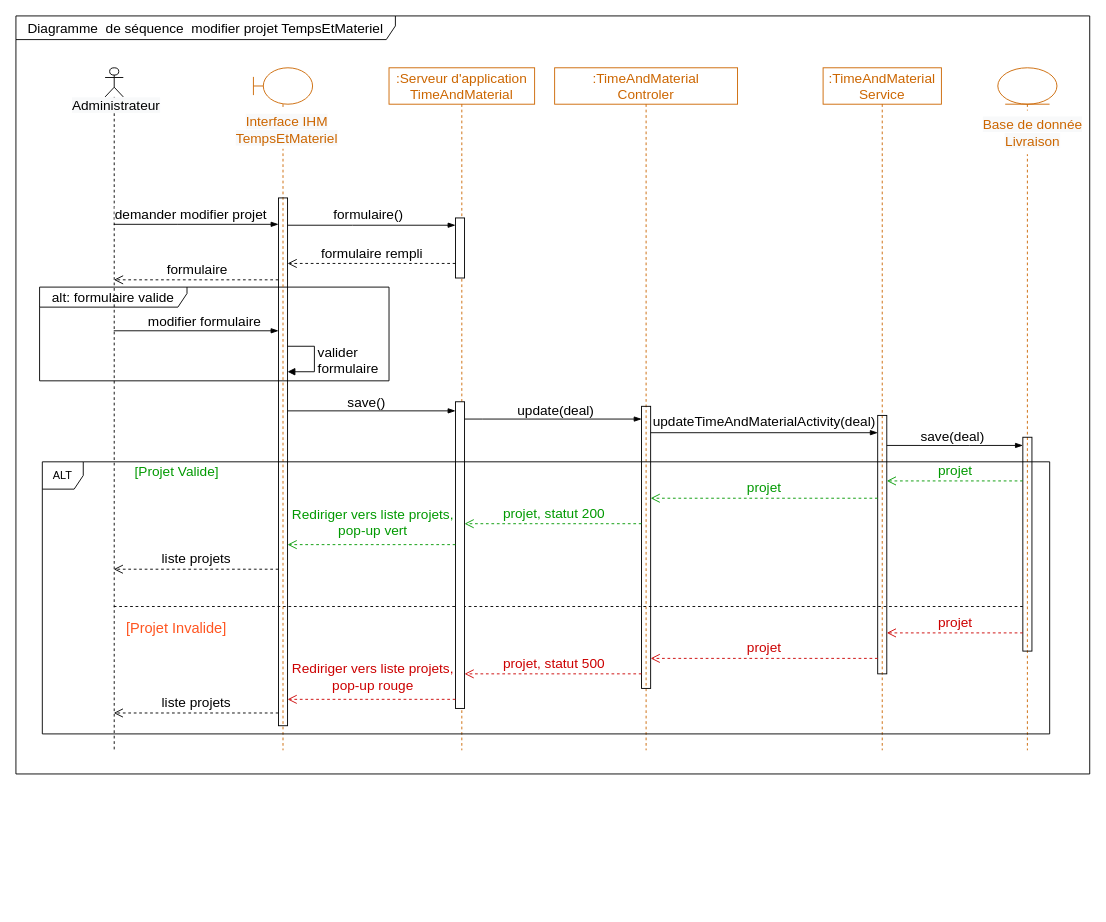
Before: Delivery/UpdateTimeAndMaterialProjectDiagrammeSequence.drawio in ZidiMedAmine/UML, a draw.io diagram. Source tidied: cells renumbered, new cells numbered last; positions are measured from the earlier drawing's top-left corner, leaving out a move shared by most shapes. Both pictures are drawn from the tidied source at 91%, with x=0, y=0 at pixel (15, 15).
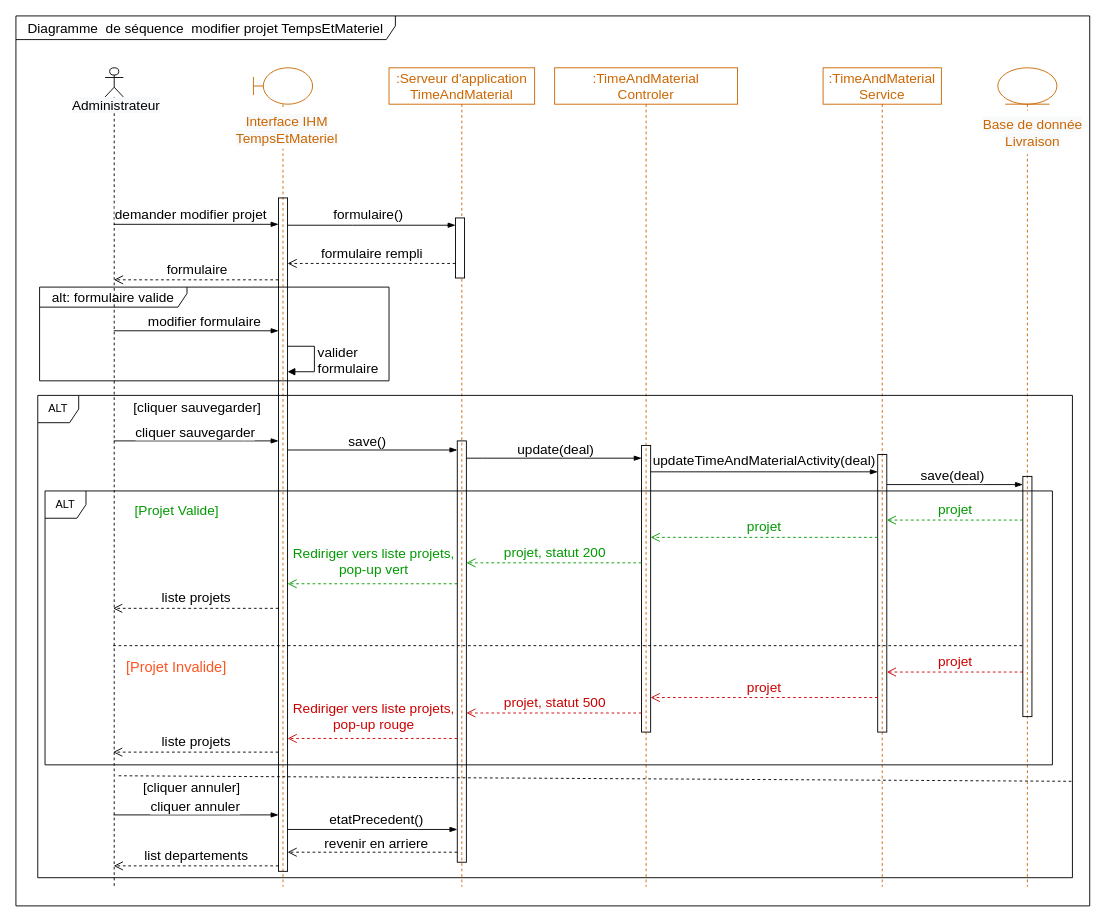
The same diagram, later.

Commit message:
Mettre à jour UpdateTimeAndMaterialProjectDiagrammeSequence.drawio

Diff of the diagram source:
```diff
@@
     <mxCell id="2" value="Diagramme&amp;nbsp; de séquence&amp;nbsp; modifier projet TempsEtMateriel" style="shape=umlFrame;whiteSpace=wrap;html=1;rounded=0;shadow=0;glass=0;sketch=0;fontSize=15;fillColor=none;width=417;height=26;" parent="1" vertex="1">
-      <mxGeometry width="1180" height="833" as="geometry" />
+      <mxGeometry width="1180" height="978" as="geometry" />
     </mxCell>
@@
     <mxCell id="4" value=":TimeAndMaterial&lt;br&gt;Controler" style="shape=umlLifeline;perimeter=lifelinePerimeter;whiteSpace=wrap;html=1;rounded=0;shadow=0;glass=0;sketch=0;fillColor=none;fontSize=15;fontColor=#CC6600;strokeColor=#CC6600;" parent="1" vertex="1">
-      <mxGeometry x="592" y="57" width="201" height="750" as="geometry" />
+      <mxGeometry x="592" y="57" width="201" height="900" as="geometry" />
     </mxCell>
     <mxCell id="5" style="html=1;points=[];perimeter=orthogonalPerimeter;rounded=0;shadow=0;glass=0;sketch=0;fontSize=15;fillColor=none;" parent="4" vertex="1">
-      <mxGeometry x="95.5" y="372" width="10" height="310" as="geometry" />
+      <mxGeometry x="95.5" y="415" width="10" height="315" as="geometry" />
     </mxCell>
-    <mxCell id="6" style="edgeStyle=none;rounded=0;jettySize=auto;html=1;fontSize=15;fontColor=#000000;strokeColor=#000000;endArrow=none;endFill=0;dashed=1;" parent="1" edge="1" source="7" target="12">
+    <mxCell id="6" style="edgeStyle=none;rounded=0;jettySize=auto;html=1;fontSize=15;fontColor=#000000;strokeColor=#000000;endArrow=none;endFill=0;dashed=1;" parent="1" edge="1" target="12">
       <mxGeometry relative="1" as="geometry">
+        <mxPoint x="106.8" y="692" as="sourcePoint" />
         <Array as="points">
-          <mxPoint x="226" y="649" />
+          <mxPoint x="226" y="692" />
         </Array>
       </mxGeometry>
     </mxCell>
     <mxCell id="7" style="shape=umlLifeline;participant=umlActor;perimeter=lifelinePerimeter;whiteSpace=wrap;html=1;verticalAlign=top;spacingTop=36;outlineConnect=0;fillColor=none;size=32;sketch=0;shadow=0;rounded=0;glass=0;" parent="1" vertex="1">
-      <mxGeometry x="98" y="57" width="20" height="750" as="geometry" />
+      <mxGeometry x="98" y="57" width="20" height="900" as="geometry" />
     </mxCell>
@@
     <mxCell id="9" value=":TimeAndMaterial&lt;br&gt;Service" style="shape=umlLifeline;perimeter=lifelinePerimeter;whiteSpace=wrap;html=1;rounded=0;shadow=0;glass=0;sketch=0;fillColor=none;fontSize=15;fontColor=#CC6600;strokeColor=#CC6600;" parent="1" vertex="1">
-      <mxGeometry x="887" y="57" width="130" height="750" as="geometry" />
+      <mxGeometry x="887" y="57" width="130" height="900" as="geometry" />
     </mxCell>
     <mxCell id="10" style="html=1;points=[];perimeter=orthogonalPerimeter;rounded=0;shadow=0;glass=0;sketch=0;fontSize=15;fillColor=none;" parent="9" vertex="1">
-      <mxGeometry x="60" y="382" width="10" height="284" as="geometry" />
+      <mxGeometry x="60" y="425" width="10" height="305" as="geometry" />
     </mxCell>
     <mxCell id="11" style="shape=umlLifeline;participant=umlEntity;perimeter=lifelinePerimeter;whiteSpace=wrap;html=1;verticalAlign=top;spacingTop=36;rounded=0;shadow=0;glass=0;sketch=0;fontSize=15;fillColor=none;fontColor=#CC6600;strokeColor=#CC6600;" parent="1" vertex="1">
-      <mxGeometry x="1079" y="57" width="65" height="750" as="geometry" />
+      <mxGeometry x="1079" y="57" width="65" height="900" as="geometry" />
     </mxCell>
     <mxCell id="12" style="html=1;points=[];perimeter=orthogonalPerimeter;rounded=0;shadow=0;glass=0;sketch=0;fontSize=15;fillColor=none;" parent="11" vertex="1">
-      <mxGeometry x="27.5" y="406" width="10" height="235" as="geometry" />
+      <mxGeometry x="27.5" y="449" width="10" height="264" as="geometry" />
     </mxCell>
@@
     <mxCell id="14" style="shape=umlLifeline;participant=umlBoundary;perimeter=lifelinePerimeter;whiteSpace=wrap;html=1;verticalAlign=top;spacingTop=36;rounded=0;shadow=0;glass=0;sketch=0;fontSize=15;fillColor=none;fontColor=#CC6600;strokeColor=#CC6600;" parent="1" vertex="1">
-      <mxGeometry x="261" y="57" width="65" height="750" as="geometry" />
+      <mxGeometry x="261" y="57" width="65" height="900" as="geometry" />
     </mxCell>
@@
     <mxCell id="16" style="html=1;points=[];perimeter=orthogonalPerimeter;rounded=0;shadow=0;glass=0;sketch=0;fontSize=15;fillColor=none;" parent="14" vertex="1">
-      <mxGeometry x="27.5" y="143" width="10" height="580" as="geometry" />
+      <mxGeometry x="27.5" y="143" width="10" height="740" as="geometry" />
     </mxCell>
@@
     <mxCell id="20" style="edgeStyle=elbowEdgeStyle;fontSize=12;html=1;endArrow=blockThin;endFill=1;rounded=0;" parent="1" edge="1" source="5" target="10">
       <mxGeometry relative="1" as="geometry">
         <Array as="points">
-          <mxPoint x="766" y="458" />
-          <mxPoint x="741" y="249" />
-          <mxPoint x="590" y="234" />
-          <mxPoint x="515" y="263" />
+          <mxPoint x="766" y="501" />
+          <mxPoint x="741" y="292" />
+          <mxPoint x="590" y="277" />
+          <mxPoint x="515" y="306" />
         </Array>
       </mxGeometry>
     </mxCell>
@@
     <mxCell id="22" style="edgeStyle=elbowEdgeStyle;fontSize=12;html=1;endArrow=blockThin;endFill=1;rounded=0;" parent="1" edge="1" source="10" target="12">
       <mxGeometry relative="1" as="geometry">
         <Array as="points">
-          <mxPoint x="1048" y="472" />
-          <mxPoint x="957" y="483" />
-          <mxPoint x="754" y="259" />
+          <mxPoint x="1048" y="515" />
+          <mxPoint x="957" y="526" />
+          <mxPoint x="754" y="302" />
         </Array>
       </mxGeometry>
     </mxCell>
@@
     <mxCell id="24" value="&lt;font color=&quot;#009900&quot;&gt;projet&lt;/font&gt;" style="html=1;verticalAlign=bottom;endArrow=open;dashed=1;endSize=8;rounded=0;fontSize=15;strokeColor=#009900;" parent="1" edge="1" source="12" target="10">
       <mxGeometry relative="1" as="geometry">
         <Array as="points">
-          <mxPoint x="1013" y="511" />
+          <mxPoint x="1013" y="554" />
         </Array>
       </mxGeometry>
     </mxCell>
     <mxCell id="25" value="&lt;font color=&quot;#009900&quot;&gt;projet&lt;/font&gt;" style="html=1;verticalAlign=bottom;endArrow=open;dashed=1;endSize=8;rounded=0;fontSize=15;strokeColor=#009900;" parent="1" edge="1" source="10" target="5">
       <mxGeometry relative="1" as="geometry">
         <Array as="points">
-          <mxPoint x="883" y="530" />
+          <mxPoint x="883" y="573" />
         </Array>
       </mxGeometry>
     </mxCell>
     <mxCell id="26" value=":Serveur d'application&lt;br&gt;TimeAndMaterial" style="shape=umlLifeline;perimeter=lifelinePerimeter;whiteSpace=wrap;html=1;rounded=0;shadow=0;glass=0;sketch=0;fillColor=none;fontSize=15;fontColor=#CC6600;strokeColor=#CC6600;" parent="1" vertex="1">
-      <mxGeometry x="410" y="57" width="160" height="750" as="geometry" />
+      <mxGeometry x="410" y="57" width="160" height="900" as="geometry" />
     </mxCell>
@@
-    <mxCell id="28" style="html=1;points=[];perimeter=orthogonalPerimeter;" parent="26" vertex="1">
-      <mxGeometry x="73" y="367" width="10" height="337" as="geometry" />
-    </mxCell>
@@
-    <mxCell id="35" style="fontSize=12;html=1;endArrow=blockThin;endFill=1;rounded=0;" parent="1" edge="1" source="16" target="28">
+    <mxCell id="35" style="fontSize=12;html=1;endArrow=blockThin;endFill=1;rounded=0;" parent="1" edge="1" target="28">
       <mxGeometry relative="1" as="geometry">
+        <mxPoint x="298.5" y="477" as="sourcePoint" />
         <Array as="points">
-          <mxPoint x="377" y="434" />
+          <mxPoint x="377" y="477" />
         </Array>
       </mxGeometry>
     </mxCell>
@@
     <mxCell id="37" style="fontSize=12;html=1;endArrow=blockThin;endFill=1;rounded=0;" parent="1" edge="1" source="28" target="5">
       <mxGeometry relative="1" as="geometry">
         <Array as="points">
-          <mxPoint x="513" y="443" />
+          <mxPoint x="513" y="486" />
         </Array>
       </mxGeometry>
     </mxCell>
@@
     <mxCell id="39" value="&lt;font color=&quot;#009900&quot;&gt;projet, statut 200&lt;/font&gt;" style="html=1;verticalAlign=bottom;endArrow=open;dashed=1;endSize=8;rounded=0;fontSize=15;strokeColor=#009900;" parent="1" edge="1" source="5" target="28">
       <mxGeometry relative="1" as="geometry">
         <Array as="points">
-          <mxPoint x="621" y="558" />
+          <mxPoint x="621" y="601" />
         </Array>
       </mxGeometry>
     </mxCell>
-    <mxCell id="40" value="&lt;font color=&quot;#009900&quot;&gt;Rediriger vers liste projets,&lt;br&gt;pop-up vert&lt;br&gt;&lt;/font&gt;" style="html=1;verticalAlign=bottom;endArrow=open;dashed=1;endSize=8;rounded=0;fontSize=15;strokeColor=#009900;" parent="1" edge="1" source="28" target="16">
+    <mxCell id="40" value="&lt;font color=&quot;#009900&quot;&gt;Rediriger vers liste projets,&lt;br&gt;pop-up vert&lt;br&gt;&lt;/font&gt;" style="html=1;verticalAlign=bottom;endArrow=open;dashed=1;endSize=8;rounded=0;fontSize=15;strokeColor=#009900;" parent="1" edge="1" source="28">
       <mxGeometry x="-0.01" y="-4" relative="1" as="geometry">
+        <mxPoint x="298.5" y="624" as="targetPoint" />
         <Array as="points">
-          <mxPoint x="447" y="581" />
+          <mxPoint x="447" y="624" />
         </Array>
       </mxGeometry>
     </mxCell>
-    <mxCell id="41" value="&lt;font color=&quot;#000000&quot;&gt;liste projets&lt;/font&gt;" style="html=1;verticalAlign=bottom;endArrow=open;dashed=1;endSize=8;rounded=0;fontSize=15;fontColor=#009900;strokeColor=#000000;" parent="1" edge="1" source="16" target="7">
+    <mxCell id="41" value="&lt;font color=&quot;#000000&quot;&gt;liste projets&lt;/font&gt;" style="html=1;verticalAlign=bottom;endArrow=open;dashed=1;endSize=8;rounded=0;fontSize=15;fontColor=#009900;strokeColor=#000000;" parent="1" edge="1">
       <mxGeometry relative="1" as="geometry">
+        <mxPoint x="288.5" y="651" as="sourcePoint" />
+        <mxPoint x="106.8" y="651" as="targetPoint" />
         <Array as="points">
-          <mxPoint x="262" y="608" />
+          <mxPoint x="262" y="651" />
         </Array>
       </mxGeometry>
     </mxCell>
     <mxCell id="42" style="group;" parent="1" vertex="1">
-      <mxGeometry x="10" y="380" width="1126" height="413" as="geometry" />
+      <mxGeometry x="10" y="380" width="1151" height="565" as="geometry" />
     </mxCell>
+    <mxCell id="45" value="ALT" style="shape=umlFrame;whiteSpace=wrap;html=1;width=45;height=30;" parent="42" vertex="1">
+      <mxGeometry x="22" y="142" width="1107" height="301" as="geometry" />
+    </mxCell>
     <mxCell id="43" value="&lt;div style=&quot;text-align: left; font-size: 15px;&quot;&gt;&lt;span style=&quot;background-color: initial; font-size: 15px;&quot;&gt;[Projet&amp;nbsp;&lt;/span&gt;&lt;span style=&quot;background-color: initial; text-align: right; font-size: 15px;&quot;&gt;Valide]&lt;/span&gt;&lt;/div&gt;" style="text;html=1;strokeColor=none;fillColor=none;align=center;verticalAlign=middle;whiteSpace=wrap;rounded=0;fontSize=15;fontColor=#009900;" parent="42" vertex="1">
-      <mxGeometry x="77" y="107.7" width="179.5" height="24.4" as="geometry" />
+      <mxGeometry x="77" y="150.7" width="179.5" height="24.4" as="geometry" />
     </mxCell>
     <mxCell id="44" value="[Projet Invalide]" style="text;html=1;strokeColor=none;fillColor=none;align=center;verticalAlign=middle;whiteSpace=wrap;rounded=0;fontSize=16;fontColor=#FF5521;" parent="42" vertex="1">
-      <mxGeometry x="103.2" y="282" width="127" height="22.6" as="geometry" />
+      <mxGeometry x="103.2" y="325" width="127" height="22.6" as="geometry" />
     </mxCell>
-    <mxCell id="45" value="ALT" style="shape=umlFrame;whiteSpace=wrap;html=1;width=45;height=30;" parent="42" vertex="1">
-      <mxGeometry x="19" y="110" width="1107" height="299" as="geometry" />
-    </mxCell>
+    <mxCell id="51" value="&lt;div style=&quot;text-align: left;&quot;&gt;&lt;span style=&quot;color: rgb(0, 0, 0); text-align: center; background-color: rgb(255, 255, 255);&quot;&gt;&lt;font style=&quot;font-size: 15px;&quot;&gt;[cliquer sauvegarder]&lt;/font&gt;&lt;/span&gt;&lt;br&gt;&lt;/div&gt;" style="text;html=1;strokeColor=none;fillColor=none;align=center;verticalAlign=bottom;whiteSpace=wrap;rounded=0;fontSize=15;fontColor=#009900;" parent="42" vertex="1">
+      <mxGeometry x="115" y="38" width="148.5" height="24.4" as="geometry" />
+    </mxCell>
+    <mxCell id="28" style="html=1;points=[];perimeter=orthogonalPerimeter;fontSize=15;fillColor=none;rounded=0;shadow=0;glass=0;sketch=0;" parent="42" vertex="1">
+      <mxGeometry x="475" y="87" width="10" height="463" as="geometry" />
+    </mxCell>
+    <mxCell id="52" value="ALT" style="shape=umlFrame;whiteSpace=wrap;html=1;width=45;height=30;" parent="42" vertex="1">
+      <mxGeometry x="14" y="37" width="1137" height="530" as="geometry" />
+    </mxCell>
     <mxCell id="46" value="&lt;font color=&quot;#cc0000&quot;&gt;projet&lt;/font&gt;" style="html=1;verticalAlign=bottom;endArrow=open;dashed=1;endSize=8;rounded=0;fontSize=15;fontColor=#000000;strokeColor=#CC0000;" parent="1" edge="1" source="12" target="10">
       <mxGeometry relative="1" as="geometry">
         <Array as="points">
-          <mxPoint x="1026" y="678" />
+          <mxPoint x="1026" y="721" />
         </Array>
       </mxGeometry>
     </mxCell>
     <mxCell id="47" value="&lt;font color=&quot;#cc0000&quot;&gt;projet&lt;/font&gt;" style="html=1;verticalAlign=bottom;endArrow=open;dashed=1;endSize=8;rounded=0;fontSize=15;fontColor=#000000;strokeColor=#CC0000;" parent="1" edge="1" source="10" target="5">
       <mxGeometry relative="1" as="geometry">
         <Array as="points">
-          <mxPoint x="867" y="706" />
+          <mxPoint x="867" y="749" />
         </Array>
       </mxGeometry>
     </mxCell>
     <mxCell id="48" value="&lt;font color=&quot;#cc0000&quot;&gt;projet, statut 500&lt;/font&gt;" style="html=1;verticalAlign=bottom;endArrow=open;dashed=1;endSize=8;rounded=0;fontSize=15;fontColor=#000000;strokeColor=#CC0000;" parent="1" edge="1" source="5" target="28">
       <mxGeometry relative="1" as="geometry">
         <Array as="points">
-          <mxPoint x="607" y="723" />
+          <mxPoint x="607" y="766" />
         </Array>
       </mxGeometry>
     </mxCell>
-    <mxCell id="49" value="&lt;font color=&quot;#cc0000&quot;&gt;Rediriger vers liste projets,&lt;br&gt;pop-up rouge&lt;/font&gt;" style="html=1;verticalAlign=bottom;endArrow=open;dashed=1;endSize=8;rounded=0;fontSize=15;strokeColor=#CC0000;" parent="1" edge="1" source="28" target="16">
+    <mxCell id="49" value="&lt;font color=&quot;#cc0000&quot;&gt;Rediriger vers liste projets,&lt;br&gt;pop-up rouge&lt;/font&gt;" style="html=1;verticalAlign=bottom;endArrow=open;dashed=1;endSize=8;rounded=0;fontSize=15;strokeColor=#CC0000;" parent="1" edge="1" source="28">
       <mxGeometry x="-0.01" y="-4" relative="1" as="geometry">
+        <mxPoint x="298.5" y="794" as="targetPoint" />
         <Array as="points">
-          <mxPoint x="433" y="751" />
+          <mxPoint x="433" y="794" />
         </Array>
       </mxGeometry>
     </mxCell>
-    <mxCell id="50" value="&lt;font color=&quot;#000000&quot;&gt;liste projets&lt;/font&gt;" style="html=1;verticalAlign=bottom;endArrow=open;dashed=1;endSize=8;rounded=0;fontSize=15;fontColor=#009900;strokeColor=#000000;" parent="1" edge="1" source="16" target="7">
+    <mxCell id="50" value="&lt;font color=&quot;#000000&quot;&gt;liste projets&lt;/font&gt;" style="html=1;verticalAlign=bottom;endArrow=open;dashed=1;endSize=8;rounded=0;fontSize=15;fontColor=#009900;strokeColor=#000000;" parent="1" edge="1">
       <mxGeometry relative="1" as="geometry">
+        <mxPoint x="288.5" y="809" as="sourcePoint" />
+        <mxPoint x="106.8" y="809" as="targetPoint" />
         <Array as="points">
-          <mxPoint x="219" y="766" />
+          <mxPoint x="219" y="809" />
         </Array>
       </mxGeometry>
     </mxCell>
+    <mxCell id="53" value="list departements" style="html=1;verticalAlign=bottom;endArrow=open;dashed=1;endSize=8;rounded=0;fontSize=15;fontColor=#000000;" parent="1" edge="1" source="16" target="7">
+      <mxGeometry relative="1" as="geometry">
+        <Array as="points">
+          <mxPoint x="176" y="934" />
+          <mxPoint x="154.1" y="934" />
+        </Array>
+      </mxGeometry>
+    </mxCell>
+    <mxCell id="54" style="edgeStyle=elbowEdgeStyle;fontSize=12;html=1;endArrow=blockThin;endFill=1;rounded=0;fontColor=#000000;" parent="1" edge="1" source="7" target="16">
+      <mxGeometry relative="1" as="geometry">
+        <Array as="points">
+          <mxPoint x="250" y="467" />
+          <mxPoint x="276.2" y="474" />
+          <mxPoint x="296.2" y="501" />
+          <mxPoint x="218" y="484" />
+        </Array>
+      </mxGeometry>
+    </mxCell>
+    <mxCell id="55" value="cliquer sauvegarder" style="edgeLabel;html=1;align=center;verticalAlign=middle;fontSize=15;fontColor=#000000;" parent="54" vertex="1">
+      <mxGeometry x="-0.02" y="2" relative="1" as="geometry">
+        <mxPoint y="-9" as="offset" />
+      </mxGeometry>
+    </mxCell>
+    <mxCell id="56" style="rounded=0;orthogonalLoop=1;jettySize=auto;html=1;fontSize=15;fontColor=#000000;strokeColor=#000000;endArrow=none;endFill=0;dashed=1;entryX=0.981;entryY=0.873;entryDx=0;entryDy=0;entryPerimeter=0;" parent="1" edge="1">
+      <mxGeometry relative="1" as="geometry">
+        <mxPoint x="112.9" y="835" as="sourcePoint" />
+        <mxPoint x="1163" y="841.1" as="targetPoint" />
+      </mxGeometry>
+    </mxCell>
+    <mxCell id="57" value="&lt;div style=&quot;text-align: left;&quot;&gt;&lt;span style=&quot;color: rgb(0, 0, 0); text-align: center; background-color: rgb(255, 255, 255);&quot;&gt;&lt;font style=&quot;font-size: 15px;&quot;&gt;[cliquer annuler]&lt;/font&gt;&lt;/span&gt;&lt;br&gt;&lt;/div&gt;" style="text;html=1;strokeColor=none;fillColor=none;align=center;verticalAlign=bottom;whiteSpace=wrap;rounded=0;fontSize=15;fontColor=#009900;" parent="1" vertex="1">
+      <mxGeometry x="119" y="835" width="148.5" height="24.4" as="geometry" />
+    </mxCell>
+    <mxCell id="58" style="edgeStyle=elbowEdgeStyle;fontSize=12;html=1;endArrow=blockThin;endFill=1;rounded=0;fontColor=#000000;" parent="1" edge="1">
+      <mxGeometry relative="1" as="geometry">
+        <mxPoint x="107.2" y="878" as="sourcePoint" />
+        <mxPoint x="288.5" y="878" as="targetPoint" />
+        <Array as="points">
+          <mxPoint x="232" y="878" />
+          <mxPoint x="290.8" y="882" />
+          <mxPoint x="213.3" y="861" />
+        </Array>
+      </mxGeometry>
+    </mxCell>
+    <mxCell id="59" value="cliquer annuler" style="edgeLabel;html=1;align=center;verticalAlign=middle;fontSize=15;fontColor=#000000;" parent="58" vertex="1">
+      <mxGeometry x="-0.02" y="2" relative="1" as="geometry">
+        <mxPoint y="-9" as="offset" />
+      </mxGeometry>
+    </mxCell>
+    <mxCell id="60" style="edgeStyle=elbowEdgeStyle;fontSize=12;html=1;endArrow=blockThin;endFill=1;rounded=0;fontColor=#000000;" parent="1" edge="1">
+      <mxGeometry relative="1" as="geometry">
+        <mxPoint x="298.5" y="894" as="sourcePoint" />
+        <mxPoint x="485" y="894" as="targetPoint" />
+        <Array as="points">
+          <mxPoint x="413" y="894" />
+          <mxPoint x="446" y="864" />
+          <mxPoint x="367.5" y="818" />
+        </Array>
+      </mxGeometry>
+    </mxCell>
+    <mxCell id="61" value="etatPrecedent()" style="edgeLabel;html=1;align=center;verticalAlign=middle;fontSize=15;fontColor=#000000;" parent="60" vertex="1">
+      <mxGeometry x="-0.29" y="-1" relative="1" as="geometry">
+        <mxPoint x="31" y="-13" as="offset" />
+      </mxGeometry>
+    </mxCell>
+    <mxCell id="62" value="revenir en arriere&amp;nbsp;" style="html=1;verticalAlign=bottom;endArrow=open;dashed=1;endSize=8;rounded=0;fontSize=15;fontColor=#000000;labelBackgroundColor=none;" parent="1" edge="1" source="28" target="16">
+      <mxGeometry x="-0.07" y="2" relative="1" as="geometry">
+        <Array as="points">
+          <mxPoint x="418" y="919" />
+        </Array>
+      </mxGeometry>
+    </mxCell>
```
